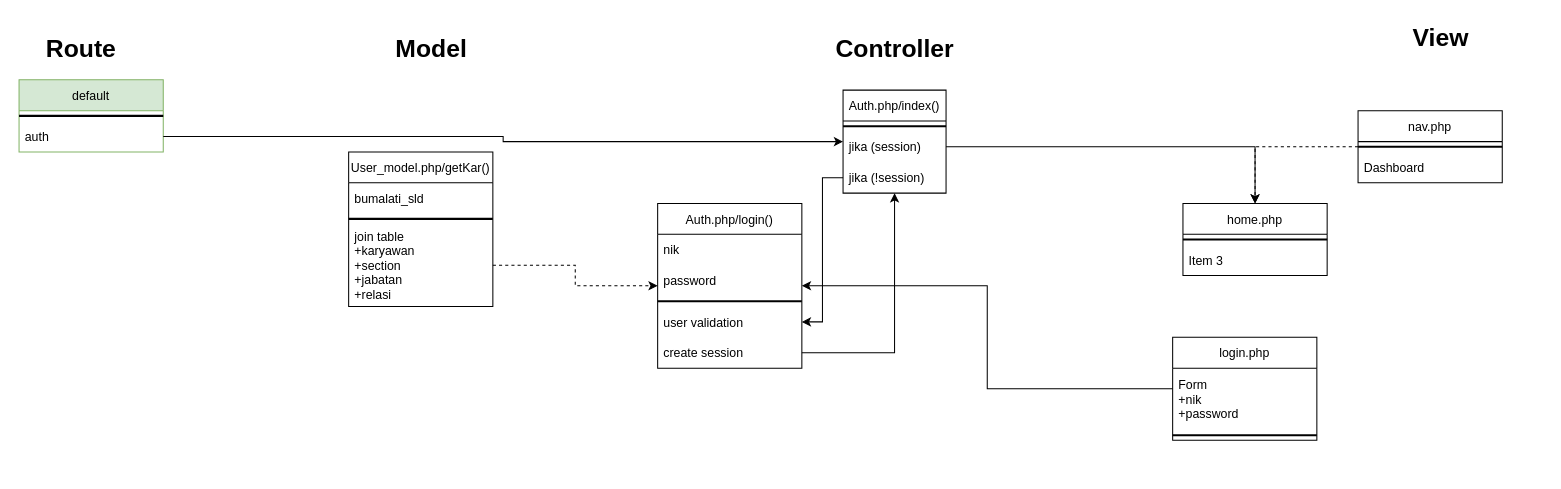
Earlier version of the draw.io diagram Untitled Diagram.drawio (AdyC24/self-learning). Source tidied: cells renumbered, new cells numbered last; positions are measured from the earlier drawing's top-left corner, leaving out a move shared by most shapes. Both pictures are drawn from the tidied source at 103%, with x=0, y=0 at pixel (19, 18).
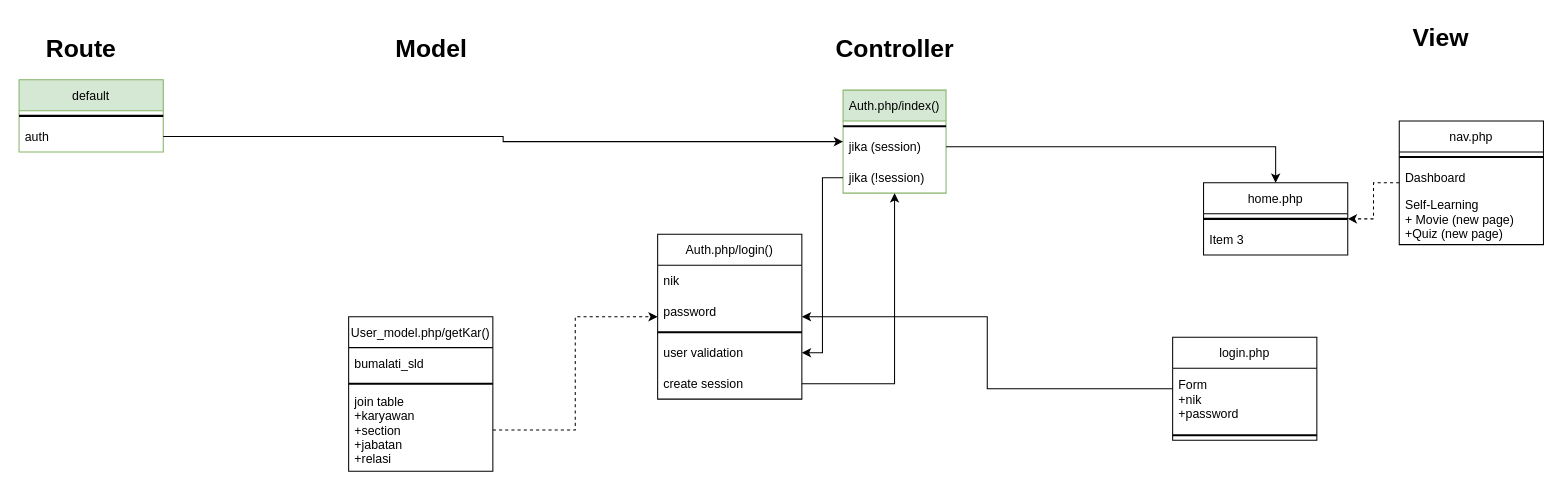
After the change.

What changed in the source:
```diff
@@
     <mxCell id="2" value="Auth.php/login()" style="swimlane;fontStyle=0;horizontal=1;startSize=30;" parent="1" vertex="1">
-      <mxGeometry x="620" y="180" width="140" height="160" as="geometry" />
+      <mxGeometry x="620" y="210" width="140" height="160" as="geometry" />
     </mxCell>
@@
-    <mxCell id="8" value="Auth.php/index()" style="swimlane;fontStyle=0;horizontal=1;startSize=30;" parent="1" vertex="1">
+    <mxCell id="8" value="Auth.php/index()" style="swimlane;fontStyle=0;horizontal=1;startSize=30;fillColor=#d5e8d4;strokeColor=#82b366;" parent="1" vertex="1">
       <mxGeometry x="800" y="70" width="100" height="100" as="geometry" />
     </mxCell>
@@
     <mxCell id="12" value="home.php" style="swimlane;fontStyle=0;horizontal=1;startSize=30;" parent="1" vertex="1">
-      <mxGeometry x="1130" y="180" width="140" height="70" as="geometry" />
+      <mxGeometry x="1150" y="160" width="140" height="70" as="geometry" />
     </mxCell>
@@
     <mxCell id="18" value="User_model.php/getKar()" style="swimlane;fontStyle=0;horizontal=1;startSize=30;" parent="1" vertex="1">
-      <mxGeometry x="320" y="130" width="140" height="150" as="geometry" />
+      <mxGeometry x="320" y="290" width="140" height="150" as="geometry" />
     </mxCell>
@@
     <mxCell id="36" value="nav.php" style="swimlane;fontStyle=0;horizontal=1;startSize=30;" parent="1" vertex="1">
-      <mxGeometry x="1300" y="90" width="140" height="70" as="geometry" />
+      <mxGeometry x="1340" y="100" width="140" height="120" as="geometry" />
     </mxCell>
@@
+    <mxCell id="39" value="Self-Learning&#10;+ Movie (new page)&#10;+Quiz (new page)" style="text;strokeColor=none;fillColor=none;align=left;verticalAlign=middle;spacingLeft=4;spacingRight=4;overflow=hidden;" parent="36" vertex="1">
+      <mxGeometry y="70" width="140" height="50" as="geometry" />
+    </mxCell>
```
